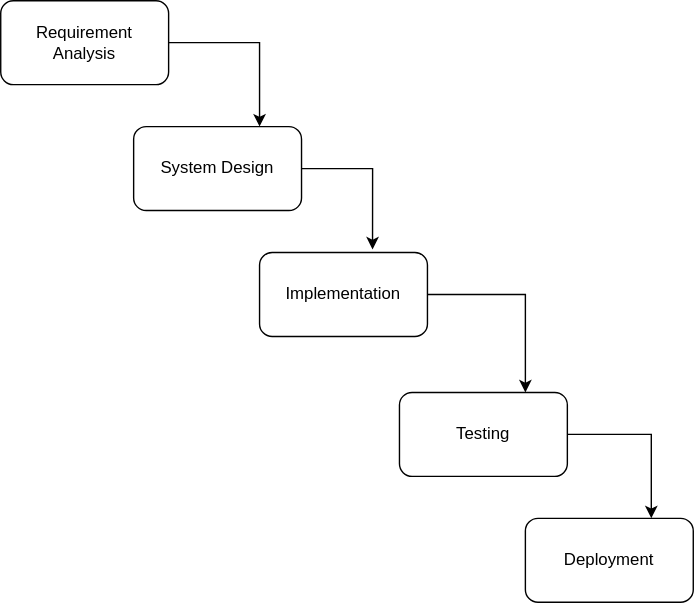
yube01/interest_tracker keeps this draw.io diagram as assets/design/model.drawio.svg. Above is the earlier version. Source tidied: cells renumbered, new cells last; positions are measured from the earlier drawing's top-left corner, leaving out a move shared by most shapes.
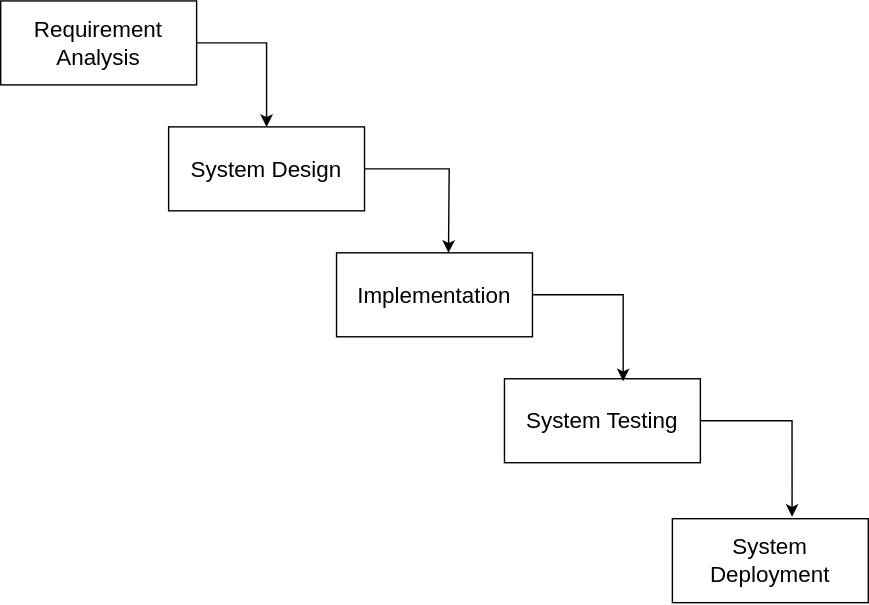
After the change.

The edit, as a diff of the source:
```diff
@@ -2,32 +2,34 @@
   <root>
     <mxCell id="0" />
     <mxCell id="1" parent="0" />
-    <mxCell id="2" style="edgeStyle=orthogonalEdgeStyle;rounded=0;jettySize=auto;html=1;exitX=1;exitY=0.5;exitDx=0;exitDy=0;entryX=0.75;entryY=0;entryDx=0;entryDy=0;" parent="1" edge="1" source="3" target="4">
+    <mxCell id="2" style="edgeStyle=orthogonalEdgeStyle;rounded=0;jettySize=auto;html=1;exitX=1;exitY=0.5;exitDx=0;exitDy=0;entryX=0.5;entryY=0;entryDx=0;entryDy=0;" parent="1" edge="1" source="3" target="4">
       <mxGeometry relative="1" as="geometry" />
     </mxCell>
-    <mxCell id="3" value="Requirement &lt;br&gt;Analysis" style="rounded=1;whiteSpace=wrap;html=1;" parent="1" vertex="1">
-      <mxGeometry width="120" height="60" as="geometry" />
+    <mxCell id="3" value="&lt;font size=&quot;3&quot;&gt;Requirement&lt;br&gt;Analysis&lt;br&gt;&lt;/font&gt;" style="rounded=0;whiteSpace=wrap;html=1;" parent="1" vertex="1">
+      <mxGeometry x="-105" y="30" width="140" height="60" as="geometry" />
     </mxCell>
-    <mxCell id="4" value="System Design" style="rounded=1;whiteSpace=wrap;html=1;" parent="1" vertex="1">
-      <mxGeometry x="95" y="90" width="120" height="60" as="geometry" />
+    <mxCell id="4" value="&lt;font size=&quot;3&quot;&gt;System Design&lt;br&gt;&lt;/font&gt;" style="rounded=0;whiteSpace=wrap;html=1;" parent="1" vertex="1">
+      <mxGeometry x="15" y="120" width="140" height="60" as="geometry" />
     </mxCell>
-    <mxCell id="5" style="edgeStyle=orthogonalEdgeStyle;rounded=0;jettySize=auto;html=1;exitX=1;exitY=0.5;exitDx=0;exitDy=0;entryX=0.75;entryY=0;entryDx=0;entryDy=0;" parent="1" edge="1" source="6" target="8">
-      <mxGeometry relative="1" as="geometry" />
-    </mxCell>
-    <mxCell id="6" value="Implementation" style="rounded=1;whiteSpace=wrap;html=1;" parent="1" vertex="1">
-      <mxGeometry x="185" y="180" width="120" height="60" as="geometry" />
+    <mxCell id="6" value="&lt;font size=&quot;3&quot;&gt;Implementation&lt;br&gt;&lt;/font&gt;" style="rounded=0;whiteSpace=wrap;html=1;" parent="1" vertex="1">
+      <mxGeometry x="135" y="210" width="140" height="60" as="geometry" />
     </mxCell>
-    <mxCell id="7" style="edgeStyle=orthogonalEdgeStyle;rounded=0;jettySize=auto;html=1;exitX=1;exitY=0.5;exitDx=0;exitDy=0;entryX=0.75;entryY=0;entryDx=0;entryDy=0;" parent="1" edge="1" source="8" target="9">
-      <mxGeometry relative="1" as="geometry" />
-    </mxCell>
-    <mxCell id="8" value="Testing" style="rounded=1;whiteSpace=wrap;html=1;" parent="1" vertex="1">
-      <mxGeometry x="285" y="280" width="120" height="60" as="geometry" />
-    </mxCell>
-    <mxCell id="9" value="Deployment" style="rounded=1;whiteSpace=wrap;html=1;" parent="1" vertex="1">
-      <mxGeometry x="375" y="370" width="120" height="60" as="geometry" />
-    </mxCell>
-    <mxCell id="10" style="edgeStyle=orthogonalEdgeStyle;rounded=0;jettySize=auto;html=1;exitX=1;exitY=0.5;exitDx=0;exitDy=0;entryX=0.673;entryY=-0.037;entryDx=0;entryDy=0;entryPerimeter=0;" parent="1" edge="1" source="4" target="6">
-      <mxGeometry relative="1" as="geometry" />
-    </mxCell>
+    <mxCell id="11" value="&lt;font size=&quot;3&quot;&gt;System Testing&lt;br&gt;&lt;/font&gt;" style="rounded=0;whiteSpace=wrap;html=1;" parent="1" vertex="1">
+      <mxGeometry x="255" y="300" width="140" height="60" as="geometry" />
+    </mxCell>
+    <mxCell id="12" value="&lt;font size=&quot;3&quot;&gt;System&lt;br&gt;Deployment&lt;br&gt;&lt;/font&gt;" style="rounded=0;whiteSpace=wrap;html=1;" parent="1" vertex="1">
+      <mxGeometry x="375" y="400" width="140" height="60" as="geometry" />
+    </mxCell>
+    <mxCell id="13" style="edgeStyle=orthogonalEdgeStyle;rounded=0;jettySize=auto;html=1;exitX=1;exitY=0.5;exitDx=0;exitDy=0;" parent="1" edge="1" source="4">
+      <mxGeometry relative="1" as="geometry">
+        <mxPoint x="215" y="210" as="targetPoint" />
+      </mxGeometry>
+    </mxCell>
+    <mxCell id="14" style="edgeStyle=orthogonalEdgeStyle;rounded=0;jettySize=auto;html=1;exitX=1;exitY=0.5;exitDx=0;exitDy=0;entryX=0.606;entryY=0.03;entryDx=0;entryDy=0;entryPerimeter=0;" parent="1" edge="1" source="6" target="11">
+      <mxGeometry relative="1" as="geometry" />
+    </mxCell>
+    <mxCell id="15" style="edgeStyle=orthogonalEdgeStyle;rounded=0;jettySize=auto;html=1;exitX=1;exitY=0.5;exitDx=0;exitDy=0;entryX=0.611;entryY=-0.023;entryDx=0;entryDy=0;entryPerimeter=0;" parent="1" edge="1" source="11" target="12">
+      <mxGeometry relative="1" as="geometry" />
+    </mxCell>
   </root>
 </mxGraphModel>
```
